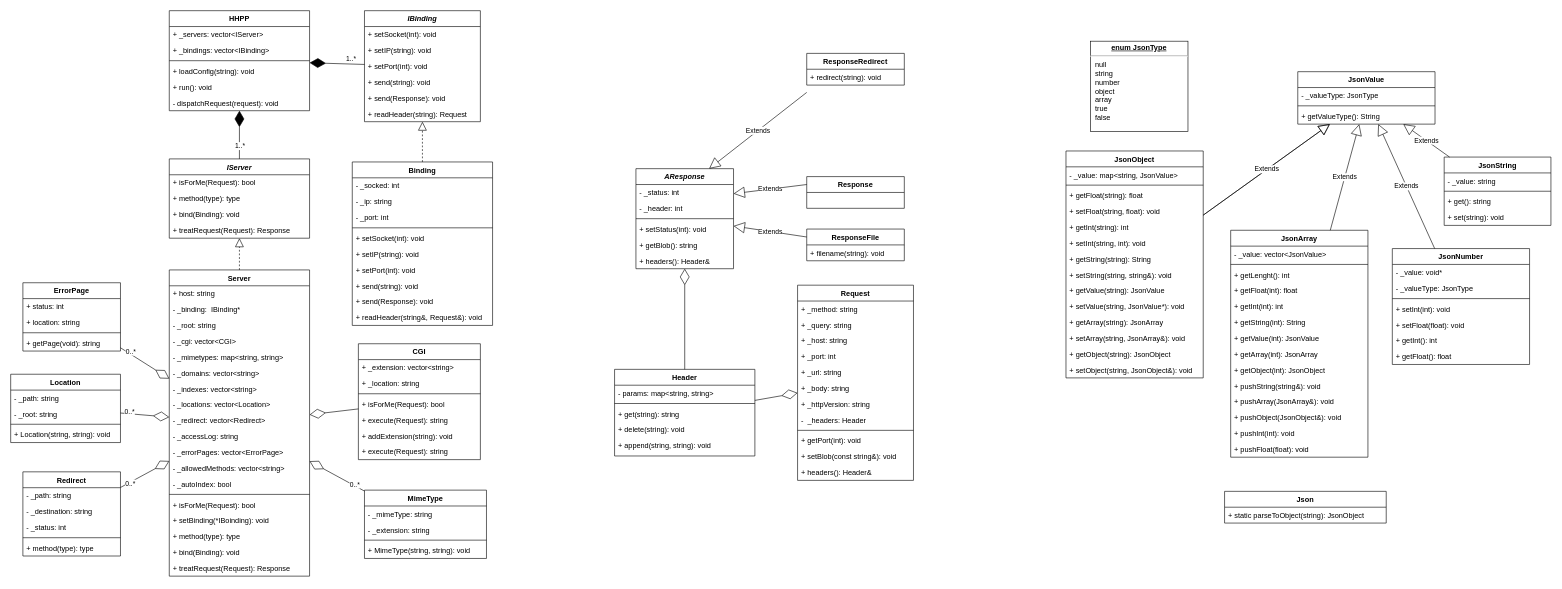
Earlier version of the draw.io diagram doc/architecture.drawio (danielthalmann/42hhpp). Source tidied: cells renumbered, new cells numbered last; positions are measured from the earlier drawing's top-left corner, leaving out a move shared by most shapes. Both pictures are drawn from the tidied source at 61%, with x=0, y=0 at pixel (10, 10).
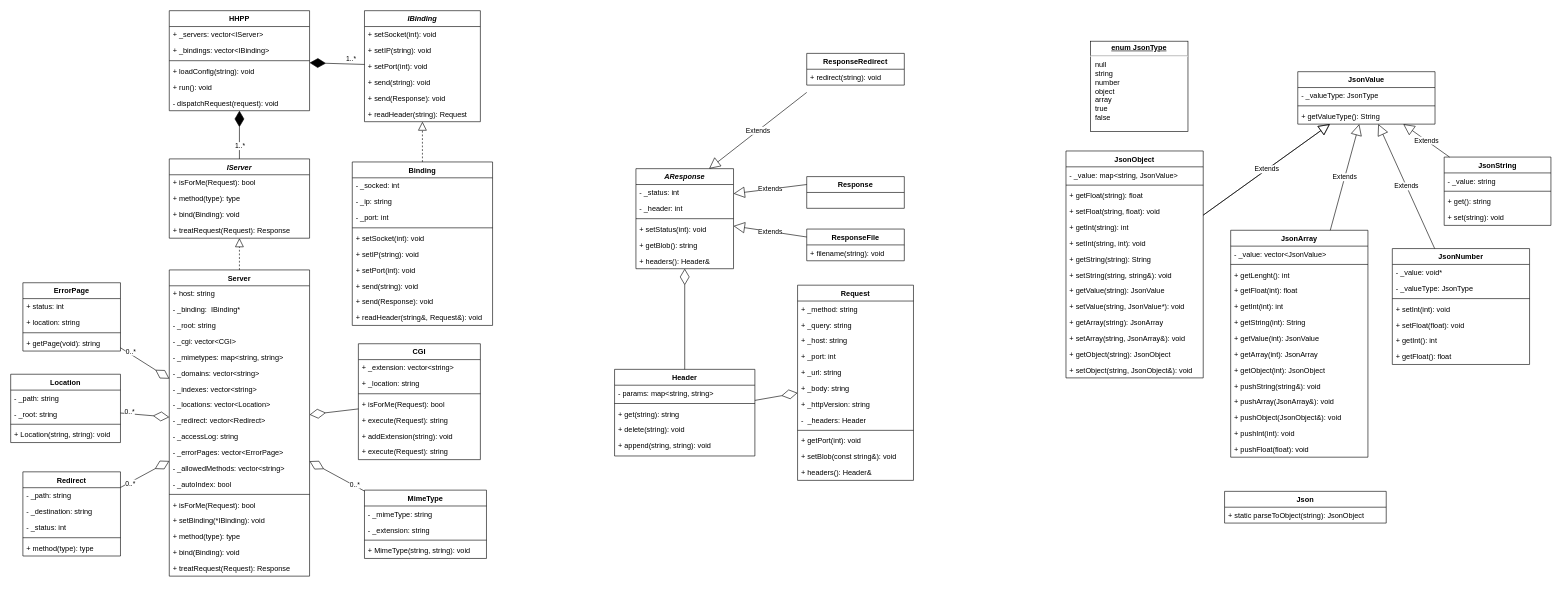
The same page after the edit.

The change refers to these unchanged cells:
```xml
<mxCell id="28" value="Server" style="swimlane;fontStyle=1;align=center;verticalAlign=top;horizontal=1;startSize=26;" parent="1" vertex="1">
  <mxGeometry x="260" y="425" width="230" height="502" as="geometry" />
</mxCell>
```

Change to the diagram source:
```diff
@@
-    <mxCell id="44" value="+ setBinding(*IBoinding): void" style="text;strokeColor=none;fillColor=none;align=left;verticalAlign=top;spacingLeft=4;spacingRight=4;overflow=hidden;" parent="28" vertex="1">
+    <mxCell id="44" value="+ setBinding(*IBinding): void" style="text;strokeColor=none;fillColor=none;align=left;verticalAlign=top;spacingLeft=4;spacingRight=4;overflow=hidden;" parent="28" vertex="1">
       <mxGeometry y="398" width="230" height="26" as="geometry" />
     </mxCell>
```
